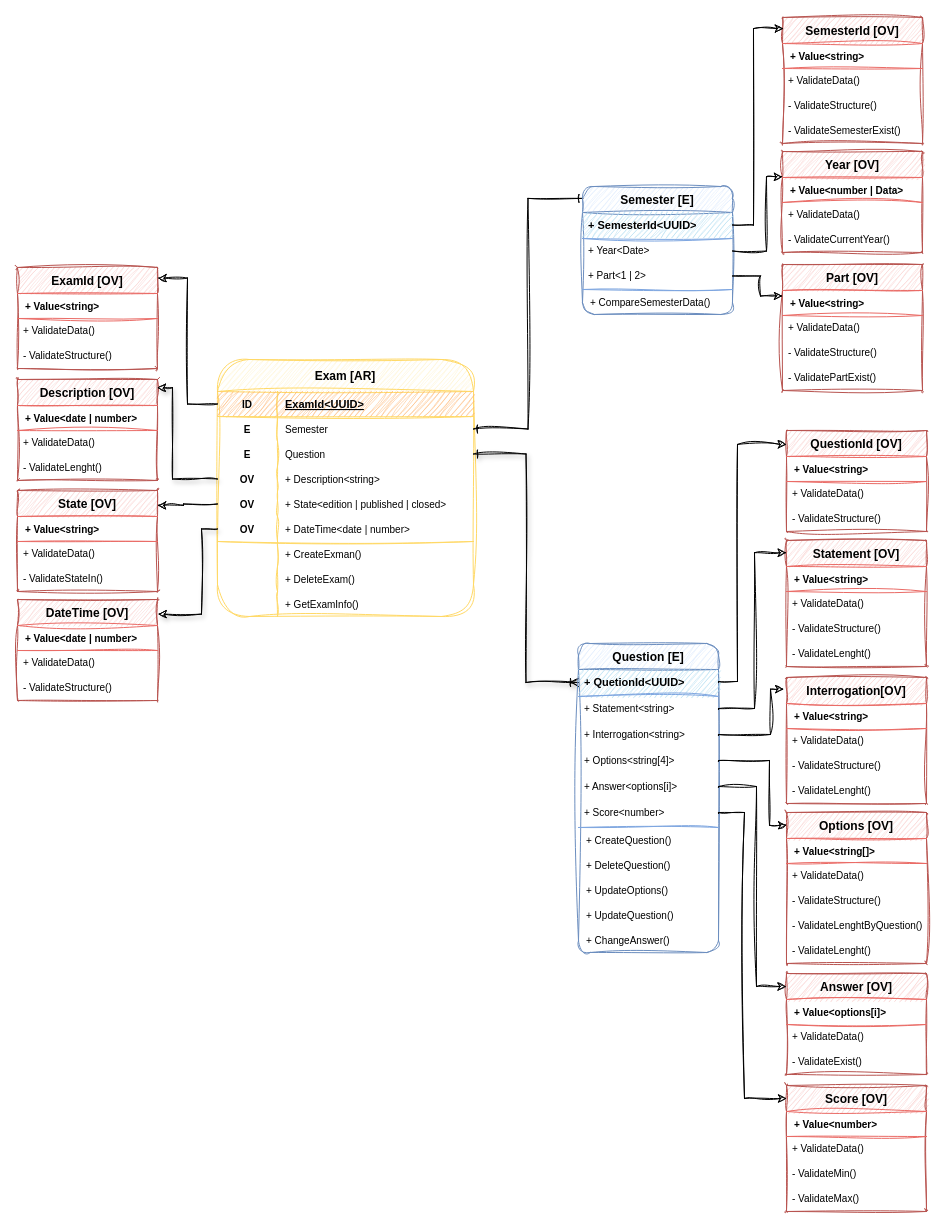
Above: page "Exam <AR>" (2 of 5) of DDD University - Sofka.drawio in training-practice-sofkau/C1-2023-DDD-Colombia (draw.io), before the change. Source tidied: cells renumbered, new cells numbered last; positions are measured from the earlier drawing's top-left corner, leaving out a move shared by most shapes. Both pictures are drawn from the tidied source at 100%, with x=0, y=0 at pixel (17, 17).
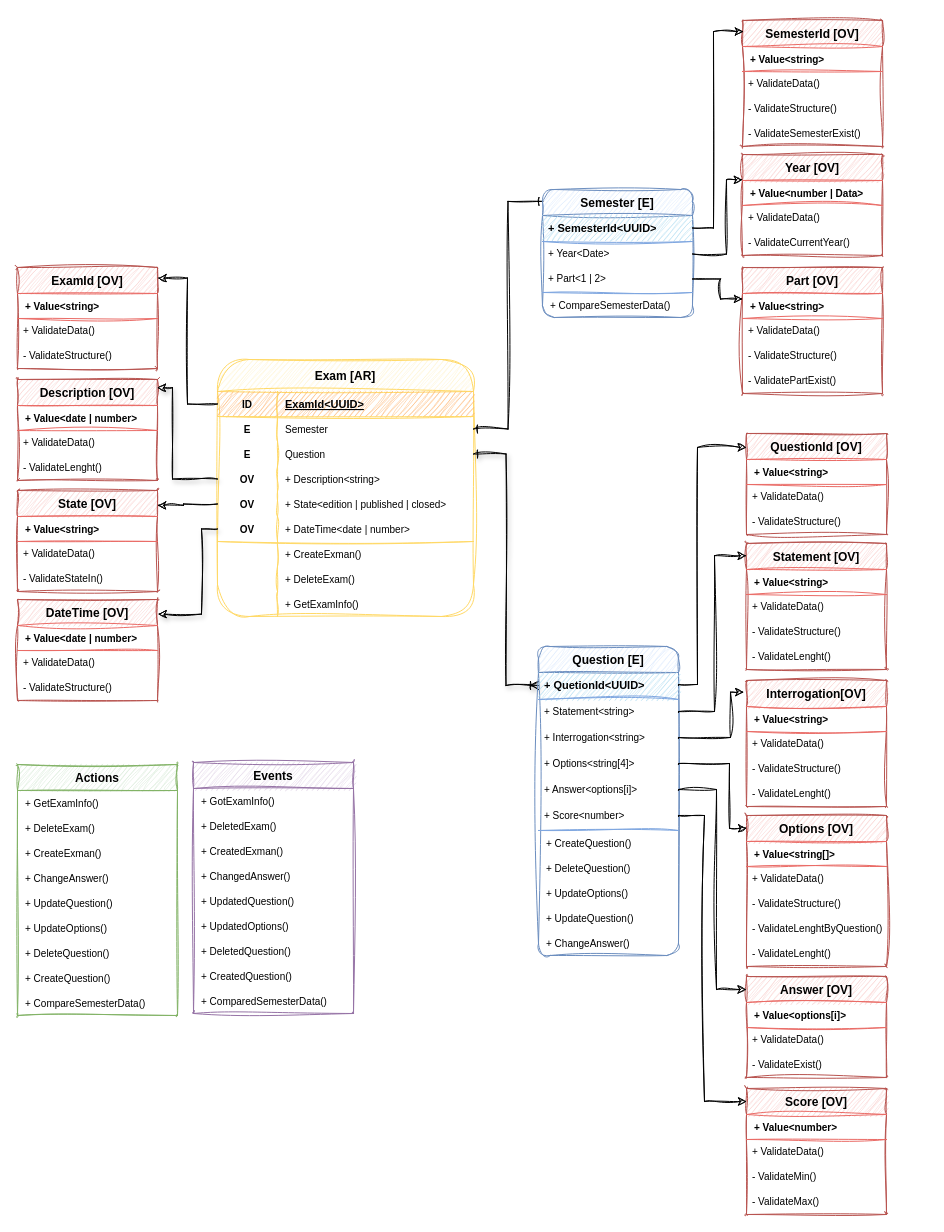
The same diagram, later.

Change to the diagram source:
```diff
@@
     <mxCell id="51" style="group;sketch=1;curveFitting=1;jiggle=2;" parent="1" vertex="1">
-      <mxGeometry x="561" y="413" width="348" height="781" as="geometry" />
+      <mxGeometry x="521" y="416" width="348" height="781" as="geometry" />
     </mxCell>
@@
     <mxCell id="102" style="group;" parent="1" vertex="1">
-      <mxGeometry x="565" width="340" height="373" as="geometry" />
+      <mxGeometry x="525" y="3" width="340" height="373" as="geometry" />
     </mxCell>
@@
+    <mxCell id="127" value="Actions" style="swimlane;fontStyle=1;horizontal=1;startSize=26;align=center;fontSize=12;rounded=1;shadow=0;glass=0;sketch=1;fillStyle=auto;strokeColor=#82b366;fillColor=#d5e8d4;arcSize=0;swimlaneLine=1;curveFitting=1;jiggle=2;" parent="1" vertex="1">
+      <mxGeometry y="747" width="160" height="251" as="geometry" />
+    </mxCell>
+    <mxCell id="128" value="+ GetExamInfo()" style="shape=partialRectangle;fillColor=none;top=0;left=0;bottom=0;right=0;align=left;spacingLeft=6;overflow=hidden;rounded=0;shadow=0;glass=0;dashed=1;sketch=1;fillStyle=auto;strokeColor=#FF99CC;fontSize=10;curveFitting=1;jiggle=2;" parent="127" vertex="1">
+      <mxGeometry y="26" width="160" height="25" as="geometry" />
+    </mxCell>
+    <mxCell id="129" value="+ DeleteExam()" style="shape=partialRectangle;fillColor=none;top=0;left=0;bottom=0;right=0;align=left;spacingLeft=6;overflow=hidden;rounded=0;shadow=0;glass=0;dashed=1;sketch=1;fillStyle=auto;strokeColor=#FF99CC;fontSize=10;curveFitting=1;jiggle=2;" parent="127" vertex="1">
+      <mxGeometry y="51" width="160" height="25" as="geometry" />
+    </mxCell>
+    <mxCell id="130" value="+ CreateExman()" style="shape=partialRectangle;fillColor=none;top=0;left=0;bottom=0;right=0;align=left;spacingLeft=6;overflow=hidden;rounded=0;shadow=0;glass=0;dashed=1;sketch=1;fillStyle=auto;strokeColor=#FF99CC;fontSize=10;curveFitting=1;jiggle=2;" parent="127" vertex="1">
+      <mxGeometry y="76" width="160" height="25" as="geometry" />
+    </mxCell>
+    <mxCell id="131" value="+ ChangeAnswer()" style="shape=partialRectangle;fillColor=none;top=0;left=0;bottom=0;right=0;align=left;spacingLeft=6;fontStyle=0;overflow=hidden;rounded=0;shadow=0;glass=0;dashed=1;sketch=1;fillStyle=auto;strokeColor=#FF99CC;fontSize=10;curveFitting=1;jiggle=2;" parent="127" vertex="1">
+      <mxGeometry y="101" width="160" height="25" as="geometry" />
+    </mxCell>
+    <mxCell id="132" value="+ UpdateQuestion()" style="shape=partialRectangle;fillColor=none;top=0;left=0;bottom=0;right=0;align=left;spacingLeft=6;fontStyle=0;overflow=hidden;rounded=0;shadow=0;glass=0;dashed=1;sketch=1;fillStyle=auto;strokeColor=#FF99CC;fontSize=10;curveFitting=1;jiggle=2;" parent="127" vertex="1">
+      <mxGeometry y="126" width="160" height="25" as="geometry" />
+    </mxCell>
+    <mxCell id="133" value="+ UpdateOptions()" style="shape=partialRectangle;fillColor=none;top=0;left=0;bottom=0;right=0;align=left;spacingLeft=6;fontStyle=0;overflow=hidden;rounded=0;shadow=0;glass=0;dashed=1;sketch=1;fillStyle=auto;strokeColor=#FF99CC;fontSize=10;curveFitting=1;jiggle=2;" parent="127" vertex="1">
+      <mxGeometry y="151" width="160" height="25" as="geometry" />
+    </mxCell>
+    <mxCell id="134" value="+ DeleteQuestion()" style="shape=partialRectangle;fillColor=none;top=0;left=0;bottom=0;right=0;align=left;spacingLeft=6;fontStyle=0;overflow=hidden;rounded=0;shadow=0;glass=0;dashed=1;sketch=1;fillStyle=auto;strokeColor=#FF99CC;fontSize=10;curveFitting=1;jiggle=2;" parent="127" vertex="1">
+      <mxGeometry y="176" width="160" height="25" as="geometry" />
+    </mxCell>
+    <mxCell id="135" value="+ CreateQuestion()" style="shape=partialRectangle;fillColor=none;top=0;left=0;bottom=0;right=0;align=left;spacingLeft=6;fontStyle=0;overflow=hidden;rounded=0;shadow=0;glass=0;dashed=1;sketch=1;fillStyle=auto;strokeColor=#FF99CC;fontSize=10;curveFitting=1;jiggle=2;" parent="127" vertex="1">
+      <mxGeometry y="201" width="160" height="25" as="geometry" />
+    </mxCell>
+    <mxCell id="136" value="+ CompareSemesterData()" style="shape=partialRectangle;fillColor=none;top=0;left=0;bottom=0;right=0;align=left;spacingLeft=6;fontStyle=0;overflow=hidden;rounded=0;shadow=0;glass=0;dashed=1;sketch=1;fillStyle=auto;strokeColor=#FF99CC;fontSize=10;curveFitting=1;jiggle=2;" parent="127" vertex="1">
+      <mxGeometry y="226" width="160" height="25" as="geometry" />
+    </mxCell>
+    <mxCell id="137" value="Events" style="swimlane;fontStyle=1;horizontal=1;startSize=26;align=center;fontSize=12;rounded=1;shadow=0;glass=0;sketch=1;fillStyle=auto;strokeColor=#9673a6;fillColor=#e1d5e7;arcSize=0;swimlaneLine=1;curveFitting=1;jiggle=2;" parent="1" vertex="1">
+      <mxGeometry x="176" y="745" width="160" height="251" as="geometry" />
+    </mxCell>
+    <mxCell id="138" value="+ GotExamInfo()" style="shape=partialRectangle;fillColor=none;top=0;left=0;bottom=0;right=0;align=left;spacingLeft=6;overflow=hidden;rounded=0;shadow=0;glass=0;dashed=1;sketch=1;fillStyle=auto;strokeColor=#FF99CC;fontSize=10;curveFitting=1;jiggle=2;" parent="137" vertex="1">
+      <mxGeometry y="26" width="160" height="25" as="geometry" />
+    </mxCell>
+    <mxCell id="139" value="+ DeletedExam()" style="shape=partialRectangle;fillColor=none;top=0;left=0;bottom=0;right=0;align=left;spacingLeft=6;overflow=hidden;rounded=0;shadow=0;glass=0;dashed=1;sketch=1;fillStyle=auto;strokeColor=#FF99CC;fontSize=10;curveFitting=1;jiggle=2;" parent="137" vertex="1">
+      <mxGeometry y="51" width="160" height="25" as="geometry" />
+    </mxCell>
+    <mxCell id="140" value="+ CreatedExman()" style="shape=partialRectangle;fillColor=none;top=0;left=0;bottom=0;right=0;align=left;spacingLeft=6;overflow=hidden;rounded=0;shadow=0;glass=0;dashed=1;sketch=1;fillStyle=auto;strokeColor=#FF99CC;fontSize=10;curveFitting=1;jiggle=2;" parent="137" vertex="1">
+      <mxGeometry y="76" width="160" height="25" as="geometry" />
+    </mxCell>
+    <mxCell id="141" value="+ ChangedAnswer()" style="shape=partialRectangle;fillColor=none;top=0;left=0;bottom=0;right=0;align=left;spacingLeft=6;fontStyle=0;overflow=hidden;rounded=0;shadow=0;glass=0;dashed=1;sketch=1;fillStyle=auto;strokeColor=#FF99CC;fontSize=10;curveFitting=1;jiggle=2;" parent="137" vertex="1">
+      <mxGeometry y="101" width="160" height="25" as="geometry" />
+    </mxCell>
+    <mxCell id="142" value="+ UpdatedQuestion()" style="shape=partialRectangle;fillColor=none;top=0;left=0;bottom=0;right=0;align=left;spacingLeft=6;fontStyle=0;overflow=hidden;rounded=0;shadow=0;glass=0;dashed=1;sketch=1;fillStyle=auto;strokeColor=#FF99CC;fontSize=10;curveFitting=1;jiggle=2;" parent="137" vertex="1">
+      <mxGeometry y="126" width="160" height="25" as="geometry" />
+    </mxCell>
+    <mxCell id="143" value="+ UpdatedOptions()" style="shape=partialRectangle;fillColor=none;top=0;left=0;bottom=0;right=0;align=left;spacingLeft=6;fontStyle=0;overflow=hidden;rounded=0;shadow=0;glass=0;dashed=1;sketch=1;fillStyle=auto;strokeColor=#FF99CC;fontSize=10;curveFitting=1;jiggle=2;" parent="137" vertex="1">
+      <mxGeometry y="151" width="160" height="25" as="geometry" />
+    </mxCell>
+    <mxCell id="144" value="+ DeletedQuestion()" style="shape=partialRectangle;fillColor=none;top=0;left=0;bottom=0;right=0;align=left;spacingLeft=6;fontStyle=0;overflow=hidden;rounded=0;shadow=0;glass=0;dashed=1;sketch=1;fillStyle=auto;strokeColor=#FF99CC;fontSize=10;curveFitting=1;jiggle=2;" parent="137" vertex="1">
+      <mxGeometry y="176" width="160" height="25" as="geometry" />
+    </mxCell>
+    <mxCell id="145" value="+ CreatedQuestion()" style="shape=partialRectangle;fillColor=none;top=0;left=0;bottom=0;right=0;align=left;spacingLeft=6;fontStyle=0;overflow=hidden;rounded=0;shadow=0;glass=0;dashed=1;sketch=1;fillStyle=auto;strokeColor=#FF99CC;fontSize=10;curveFitting=1;jiggle=2;" parent="137" vertex="1">
+      <mxGeometry y="201" width="160" height="25" as="geometry" />
+    </mxCell>
+    <mxCell id="146" value="+ ComparedSemesterData()" style="shape=partialRectangle;fillColor=none;top=0;left=0;bottom=0;right=0;align=left;spacingLeft=6;fontStyle=0;overflow=hidden;rounded=0;shadow=0;glass=0;dashed=1;sketch=1;fillStyle=auto;strokeColor=#FF99CC;fontSize=10;curveFitting=1;jiggle=2;" parent="137" vertex="1">
+      <mxGeometry y="226" width="160" height="25" as="geometry" />
+    </mxCell>
```
